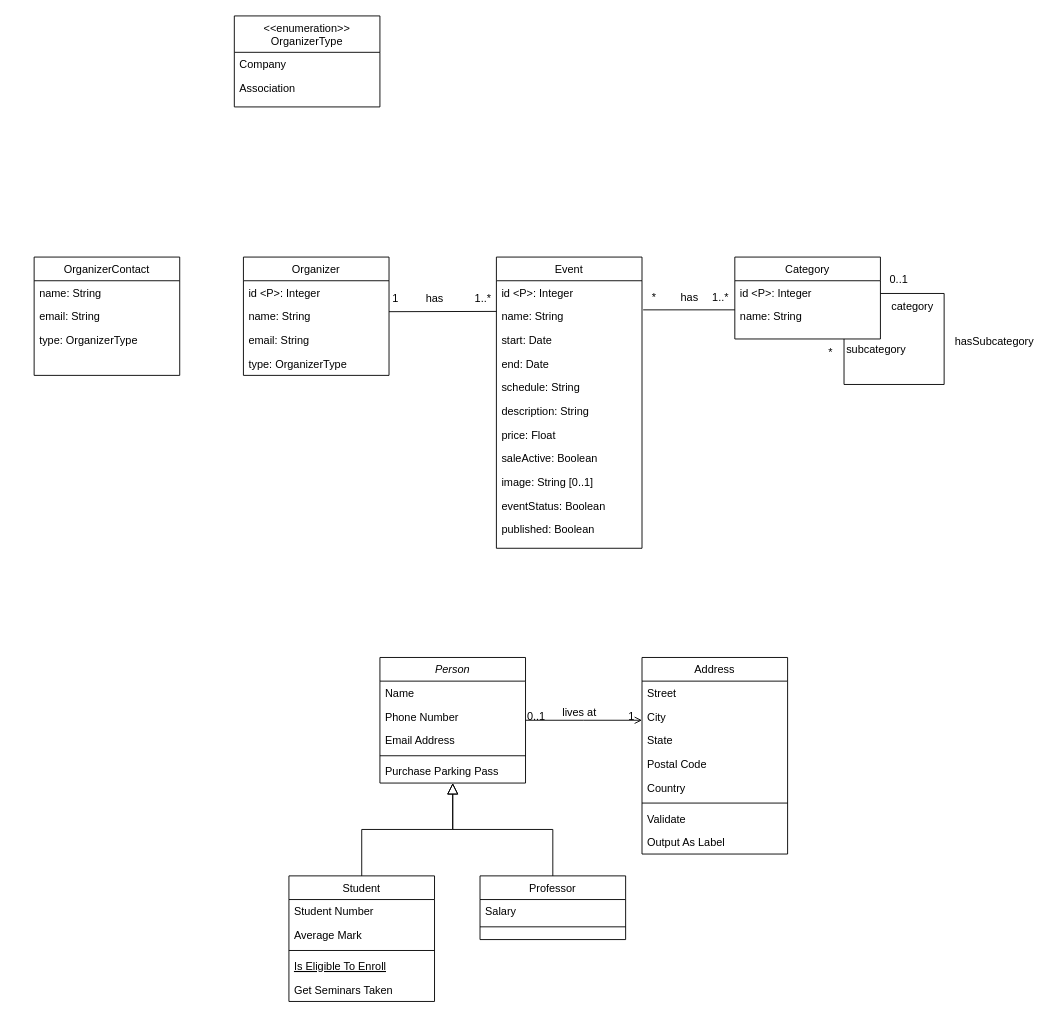
This is conceptual-diagram.drawio from danielpilot/event-database, a draw.io file, before an edit. Source tidied: cells renumbered, new cells numbered last; positions are measured from the earlier drawing's top-left corner, leaving out a move shared by most shapes. Both pictures are drawn from the tidied source at 91%, with x=0, y=0 at pixel (34, 15).
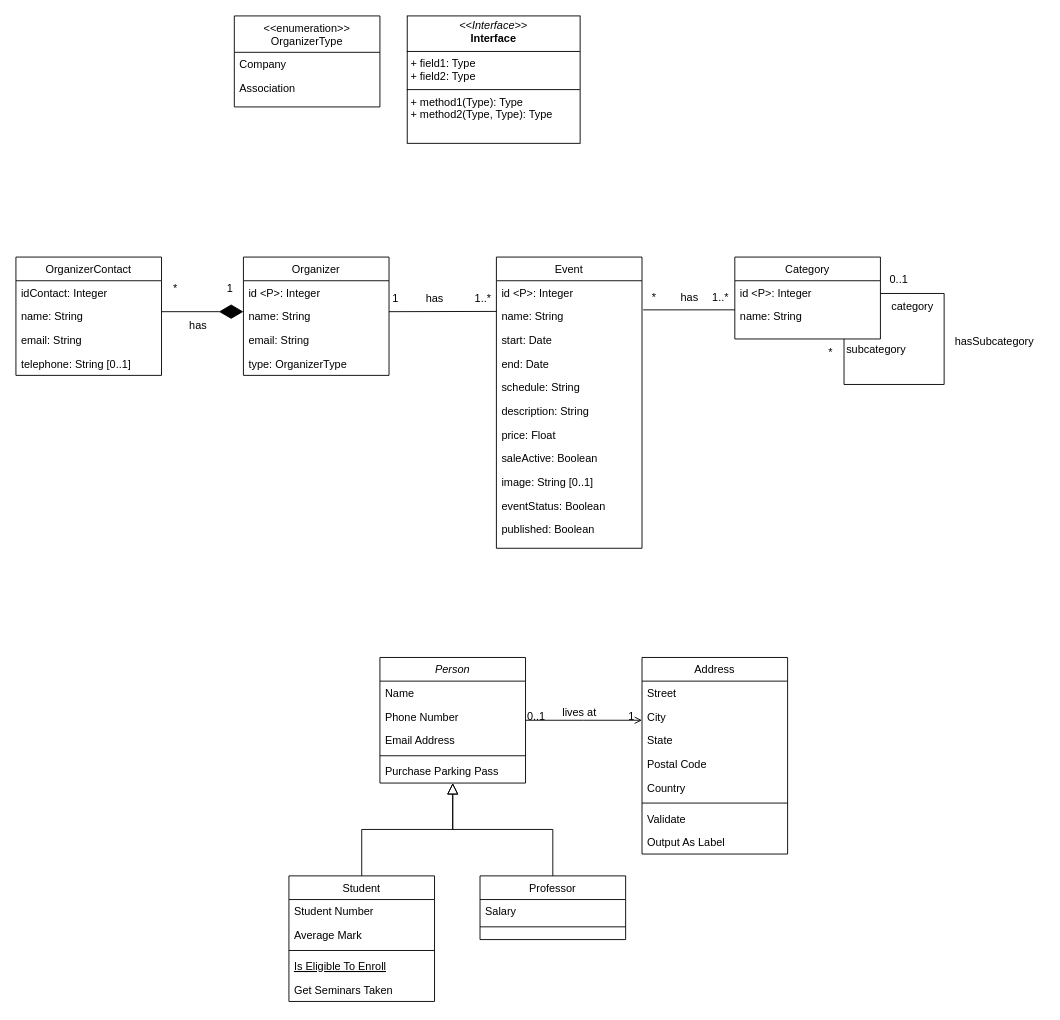
Above is the later version.

Change to the diagram source:
```diff
@@
     <mxCell id="72" value="OrganizerContact" style="swimlane;fontStyle=0;align=center;verticalAlign=top;horizontal=1;startSize=26;rounded=0;shadow=0;strokeWidth=1;" parent="1" vertex="1">
-      <mxGeometry y="265" width="160" height="130" as="geometry" />
+      <mxGeometry x="-20" y="265" width="160" height="130" as="geometry" />
     </mxCell>
+    <mxCell id="76" value="idContact: Integer" style="text;align=left;verticalAlign=top;spacingLeft=4;spacingRight=4;overflow=hidden;rounded=0;shadow=0;html=0;" parent="72" vertex="1">
+      <mxGeometry y="26" width="160" height="26" as="geometry" />
+    </mxCell>
     <mxCell id="73" value="name: String" style="text;align=left;verticalAlign=top;spacingLeft=4;spacingRight=4;overflow=hidden;rounded=0;shadow=0;html=0;" parent="72" vertex="1">
-      <mxGeometry y="26" width="160" height="26" as="geometry" />
+      <mxGeometry y="52" width="160" height="26" as="geometry" />
     </mxCell>
     <mxCell id="74" value="email: String" style="text;align=left;verticalAlign=top;spacingLeft=4;spacingRight=4;overflow=hidden;rounded=0;shadow=0;html=0;" parent="72" vertex="1">
-      <mxGeometry y="52" width="160" height="26" as="geometry" />
+      <mxGeometry y="78" width="160" height="26" as="geometry" />
     </mxCell>
-    <mxCell id="75" value="type: OrganizerType" style="text;align=left;verticalAlign=top;spacingLeft=4;spacingRight=4;overflow=hidden;rounded=0;shadow=0;html=0;" parent="72" vertex="1">
-      <mxGeometry y="78" width="160" height="26" as="geometry" />
+    <mxCell id="75" value="telephone: String [0..1]" style="text;align=left;verticalAlign=top;spacingLeft=4;spacingRight=4;overflow=hidden;rounded=0;shadow=0;html=0;" parent="72" vertex="1">
+      <mxGeometry y="104" width="160" height="26" as="geometry" />
     </mxCell>
+    <mxCell id="77" style="endArrow=diamondThin;endFill=1;endSize=24;html=1;rounded=0;" parent="1" edge="1">
+      <mxGeometry relative="1" as="geometry">
+        <mxPoint x="140" y="325" as="sourcePoint" />
+        <mxPoint x="230" y="325" as="targetPoint" />
+      </mxGeometry>
+    </mxCell>
+    <mxCell id="78" value="&lt;p style=&quot;margin:0px;margin-top:4px;text-align:center;&quot;&gt;&lt;i&gt;&amp;lt;&amp;lt;Interface&amp;gt;&amp;gt;&lt;/i&gt;&lt;br/&gt;&lt;b&gt;Interface&lt;/b&gt;&lt;/p&gt;&lt;hr size=&quot;1&quot; style=&quot;border-style:solid;&quot;/&gt;&lt;p style=&quot;margin:0px;margin-left:4px;&quot;&gt;+ field1: Type&lt;br/&gt;+ field2: Type&lt;/p&gt;&lt;hr size=&quot;1&quot; style=&quot;border-style:solid;&quot;/&gt;&lt;p style=&quot;margin:0px;margin-left:4px;&quot;&gt;+ method1(Type): Type&lt;br/&gt;+ method2(Type, Type): Type&lt;/p&gt;" style="verticalAlign=top;align=left;overflow=fill;html=1;whiteSpace=wrap;" parent="1" vertex="1">
+      <mxGeometry x="410" width="190" height="140" as="geometry" />
+    </mxCell>
+    <mxCell id="79" value="1" style="text;html=1;align=center;verticalAlign=middle;strokeColor=none;fillColor=none;" parent="1" vertex="1">
+      <mxGeometry x="200" y="285" width="30" height="30" as="geometry" />
+    </mxCell>
+    <mxCell id="80" value="*" style="text;html=1;align=center;verticalAlign=middle;strokeColor=none;fillColor=none;" parent="1" vertex="1">
+      <mxGeometry x="140" y="285" width="30" height="30" as="geometry" />
+    </mxCell>
+    <mxCell id="81" value="has" style="text;html=1;align=center;verticalAlign=middle;strokeColor=none;fillColor=none;" parent="1" vertex="1">
+      <mxGeometry x="160" y="325" width="40" height="30" as="geometry" />
+    </mxCell>
```
